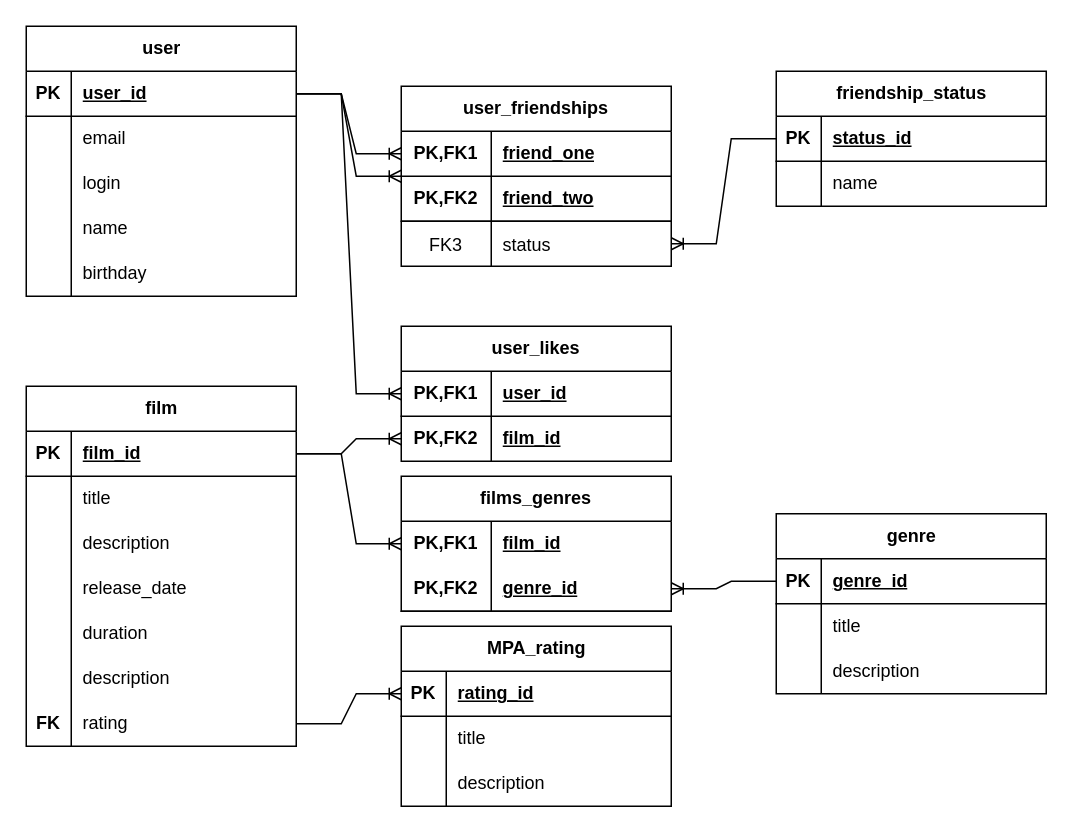
The draw.io diagram Filmorate_ER.drawio in Kirill495/filmorate_ER_diagram, before the edit. Source tidied: cells renumbered, new cells numbered last; positions are measured from the earlier drawing's top-left corner, leaving out a move shared by most shapes. Both pictures are drawn from the tidied source at 150%, with x=0, y=0 at pixel (26, -680).
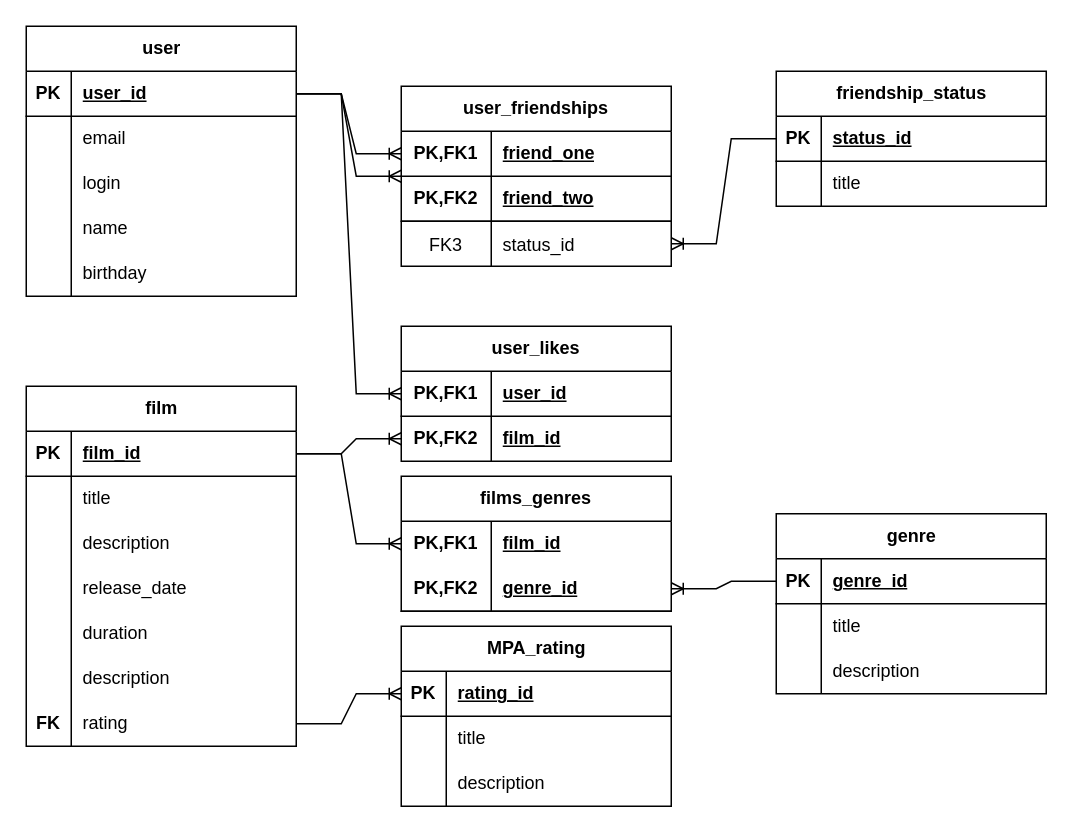
The same page after the edit.

Unchanged cells that the change refers to:
```xml
<mxCell id="90" style="shape=tableRow;horizontal=0;startSize=0;swimlaneHead=0;swimlaneBody=0;fillColor=none;top=0;left=0;right=0;bottom=0;" parent="86" vertex="1">
  <mxGeometry y="60" width="180" height="30" as="geometry" />
</mxCell>
<mxCell id="94" style="shape=tableRow;horizontal=0;startSize=0;swimlaneHead=0;swimlaneBody=0;fillColor=none;points=[[0,0.5],[1,0.5]];portConstraint=eastwest;top=0;left=0;right=0;bottom=0;" parent="93" vertex="1">
  <mxGeometry width="180" height="30" as="geometry" />
</mxCell>
```

What changed in the source:
```diff
@@
-    <mxCell id="92" value="name" style="shape=partialRectangle;fillColor=none;top=0;left=0;bottom=0;right=0;align=left;spacingLeft=6;overflow=hidden;whiteSpace=wrap;html=1;" parent="90" vertex="1">
+    <mxCell id="92" value="title" style="shape=partialRectangle;fillColor=none;top=0;left=0;bottom=0;right=0;align=left;spacingLeft=6;overflow=hidden;whiteSpace=wrap;html=1;" parent="90" vertex="1">
       <mxGeometry x="30" width="150" height="30" as="geometry" />
     </mxCell>
@@
-    <mxCell id="96" value="status" style="shape=partialRectangle;fillColor=none;top=0;left=0;bottom=0;right=0;align=left;spacingLeft=6;overflow=hidden;" parent="94" vertex="1">
+    <mxCell id="96" value="status_id" style="shape=partialRectangle;fillColor=none;top=0;left=0;bottom=0;right=0;align=left;spacingLeft=6;overflow=hidden;" parent="94" vertex="1">
       <mxGeometry x="60" width="120" height="30" as="geometry" />
     </mxCell>
```
